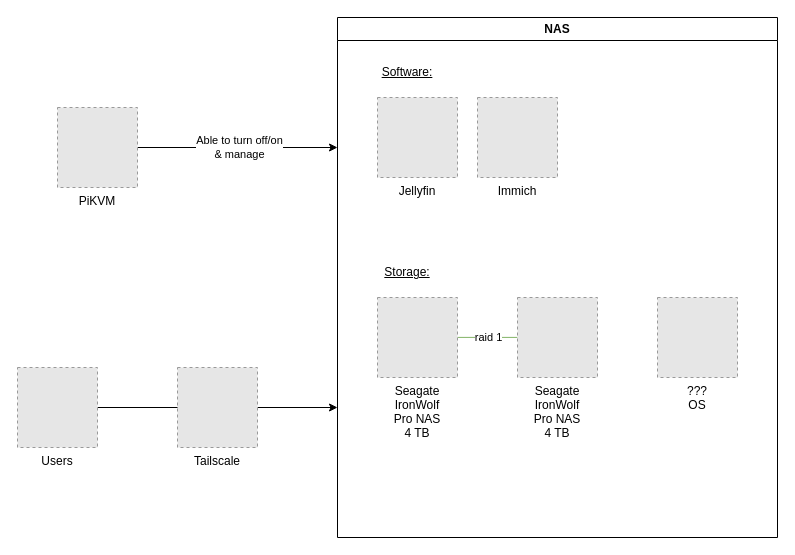
schang1146/homelab keeps this draw.io diagram as arch/homelab.drawio. Above is the earlier version. Source tidied: cells renumbered, new cells numbered last; positions are measured from the earlier drawing's top-left corner, leaving out a move shared by most shapes. Both pictures are drawn from the tidied source at 100%, with x=0, y=0 at pixel (17, 17). Pictures stored in the file or linked from it are replaced by grey dashed boxes.
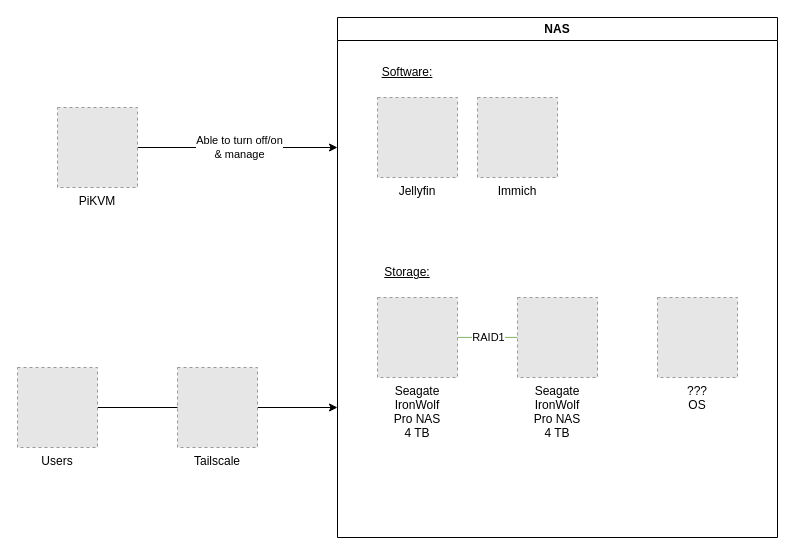
The same page after the edit.

Commit message:
update syntax for RAID1

The change refers to these unchanged cells:
```xml
<mxCell id="8" style="edgeStyle=orthogonalEdgeStyle;rounded=0;orthogonalLoop=1;jettySize=auto;html=1;entryX=0;entryY=0.5;entryDx=0;entryDy=0;endArrow=none;endFill=0;fillColor=#d5e8d4;strokeColor=#82b366;" parent="5" edge="1">
  <mxGeometry relative="1" as="geometry">
    <mxPoint x="120" y="319.9" as="sourcePoint" />
    <mxPoint x="180" y="319.9" as="targetPoint" />
  </mxGeometry>
</mxCell>
```

The edit, as a diff of the source:
```diff
@@
-    <mxCell id="9" value="raid 1" style="edgeLabel;html=1;align=center;verticalAlign=middle;fontColor=#000000;" parent="8" vertex="1">
+    <mxCell id="9" value="RAID1" style="edgeLabel;html=1;align=center;verticalAlign=middle;fontColor=#000000;" parent="8" vertex="1">
       <mxGeometry x="0.21" y="1" relative="1" as="geometry">
         <mxPoint x="-6" y="1" as="offset" />
       </mxGeometry>
     </mxCell>
```
